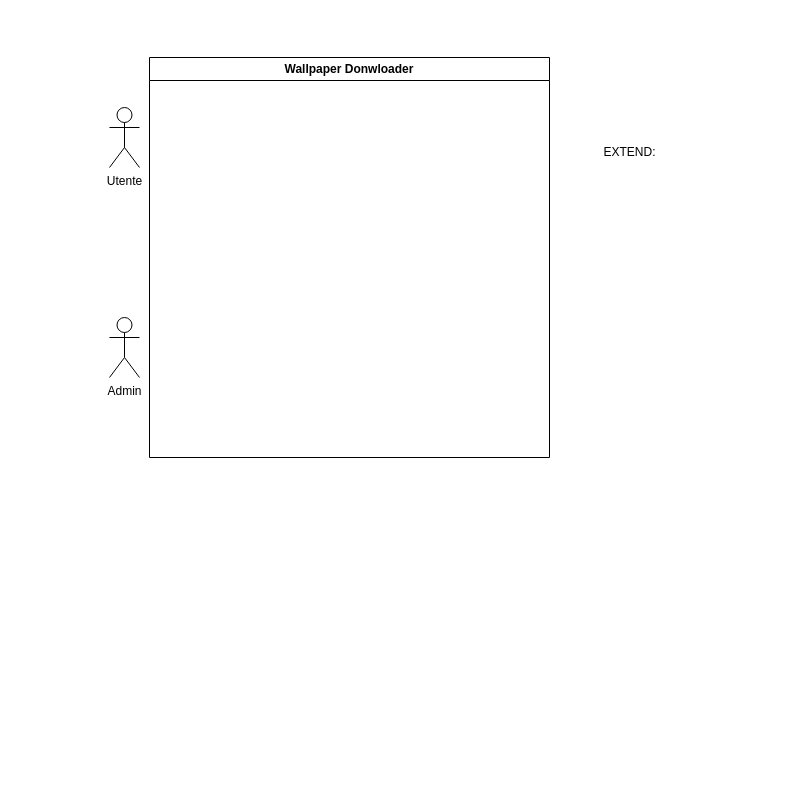
The draw.io diagram diagramma_use_case.drawio in KilianRighetti/WallpaperDownloader, before the edit. Source tidied: cells renumbered, new cells numbered last; positions are measured from the earlier drawing's top-left corner, leaving out a move shared by most shapes. Both pictures are drawn from the tidied source at 100%, with x=0, y=0 at pixel (109, 57).
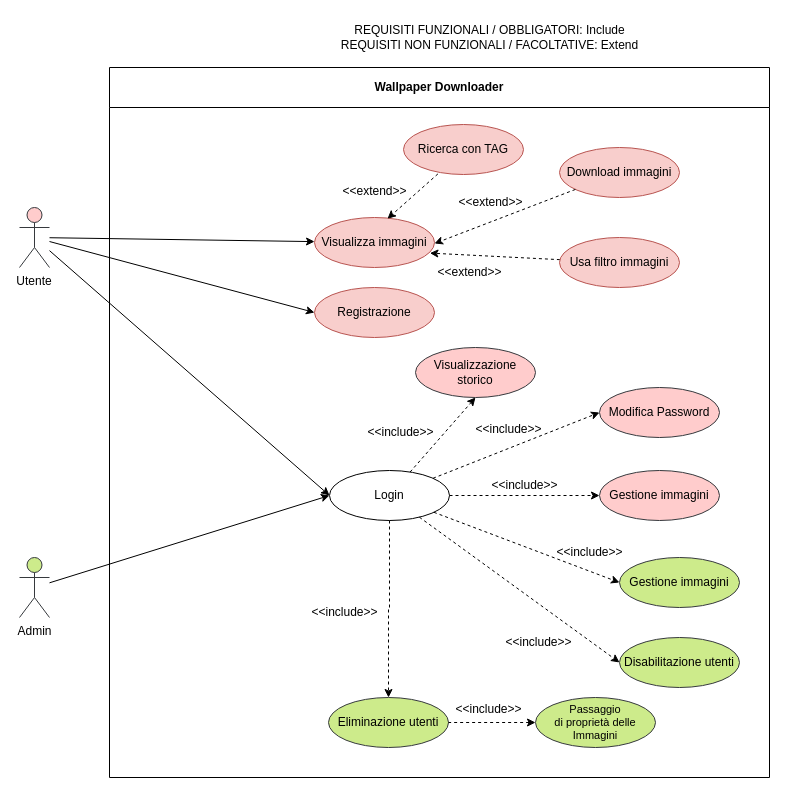
The same diagram, later.

Change to the diagram source:
```diff
@@
+    <mxCell id="6" style="rounded=0;jettySize=auto;html=1;" parent="1" edge="1" source="2" target="11">
+      <mxGeometry relative="1" as="geometry" />
+    </mxCell>
+    <mxCell id="7" style="rounded=0;jettySize=auto;html=1;entryX=0;entryY=0.5;entryDx=0;entryDy=0;" parent="1" edge="1" source="2" target="21">
+      <mxGeometry relative="1" as="geometry" />
+    </mxCell>
+    <mxCell id="8" style="rounded=0;jettySize=auto;html=1;entryX=0;entryY=0.5;entryDx=0;entryDy=0;" parent="1" edge="1" source="2" target="28">
+      <mxGeometry relative="1" as="geometry" />
+    </mxCell>
-    <mxCell id="2" value="Utente" style="shape=umlActor;verticalLabelPosition=bottom;verticalAlign=top;html=1;outlineConnect=0;" parent="1" vertex="1">
-      <mxGeometry y="50" width="30" height="60" as="geometry" />
+    <mxCell id="2" value="Utente" style="shape=umlActor;verticalLabelPosition=bottom;verticalAlign=top;outlineConnect=0;html=1;whiteSpace=wrap;fillColor=#ffcccc;strokeColor=#36393d;" parent="1" vertex="1">
+      <mxGeometry x="-90" y="150" width="30" height="60" as="geometry" />
     </mxCell>
-    <mxCell id="3" value="Wallpaper Donwloader" style="swimlane;whiteSpace=wrap;html=1;" parent="1" vertex="1">
-      <mxGeometry x="40" width="400" height="400" as="geometry" />
-    </mxCell>
+    <mxCell id="9" style="rounded=0;jettySize=auto;html=1;entryX=0;entryY=0.5;entryDx=0;entryDy=0;" parent="1" edge="1" source="4" target="28">
+      <mxGeometry relative="1" as="geometry" />
+    </mxCell>
-    <mxCell id="4" value="Admin" style="shape=umlActor;verticalLabelPosition=bottom;verticalAlign=top;html=1;outlineConnect=0;" parent="1" vertex="1">
-      <mxGeometry y="260" width="30" height="60" as="geometry" />
+    <mxCell id="4" value="Admin" style="shape=umlActor;verticalLabelPosition=bottom;verticalAlign=top;html=1;outlineConnect=0;fillColor=#cdeb8b;strokeColor=#36393d;" parent="1" vertex="1">
+      <mxGeometry x="-90" y="500" width="30" height="60" as="geometry" />
     </mxCell>
-    <mxCell id="5" value="EXTEND:" style="text;html=1;align=center;verticalAlign=middle;strokeColor=none;fillColor=none;" parent="1" vertex="1">
-      <mxGeometry x="480" y="80" width="80" height="30" as="geometry" />
-    </mxCell>
+    <mxCell id="10" value="Wallpaper Downloader" style="swimlane;whiteSpace=wrap;html=1;startSize=40;" parent="1" vertex="1">
+      <mxGeometry y="10" width="660" height="710" as="geometry" />
+    </mxCell>
+    <mxCell id="11" value="Visualizza immagini" style="ellipse;whiteSpace=wrap;html=1;fillColor=#f8cecc;strokeColor=#b85450;" parent="10" vertex="1">
+      <mxGeometry x="205" y="150" width="120" height="50" as="geometry" />
+    </mxCell>
+    <mxCell id="12" style="rounded=0;jettySize=auto;html=1;entryX=0.962;entryY=0.712;entryDx=0;entryDy=0;dashed=1;endArrow=classic;endFill=1;strokeWidth=1;entryPerimeter=0;" parent="10" edge="1" source="13">
+      <mxGeometry relative="1" as="geometry">
+        <mxPoint x="320.4" y="185.6" as="targetPoint" />
+      </mxGeometry>
+    </mxCell>
+    <mxCell id="13" value="Usa filtro immagini" style="ellipse;whiteSpace=wrap;html=1;fillColor=#f8cecc;strokeColor=#b85450;" parent="10" vertex="1">
+      <mxGeometry x="450" y="170" width="120" height="50" as="geometry" />
+    </mxCell>
+    <mxCell id="14" value="Ricerca con TAG" style="ellipse;whiteSpace=wrap;html=1;fillColor=#f8cecc;strokeColor=#b85450;" parent="10" vertex="1">
+      <mxGeometry x="294" y="57" width="120" height="50" as="geometry" />
+    </mxCell>
+    <mxCell id="15" value="Download immagini" style="ellipse;whiteSpace=wrap;html=1;fillColor=#f8cecc;strokeColor=#b85450;" parent="10" vertex="1">
+      <mxGeometry x="450" y="80" width="120" height="50" as="geometry" />
+    </mxCell>
+    <mxCell id="16" style="rounded=0;jettySize=auto;html=1;entryX=1;entryY=0.5;entryDx=0;entryDy=0;dashed=1;endArrow=classic;endFill=1;" parent="10" edge="1" source="15">
+      <mxGeometry relative="1" as="geometry">
+        <mxPoint x="325" y="176" as="targetPoint" />
+      </mxGeometry>
+    </mxCell>
+    <mxCell id="17" style="rounded=0;orthogonalLoop=1;jettySize=auto;html=1;entryX=0.608;entryY=0.024;entryDx=0;entryDy=0;dashed=1;endArrow=classic;endFill=1;exitX=0.278;exitY=0.928;exitDx=0;exitDy=0;exitPerimeter=0;entryPerimeter=0;" parent="10" edge="1">
+      <mxGeometry relative="1" as="geometry">
+        <mxPoint x="328.4" y="106.4" as="sourcePoint" />
+        <mxPoint x="278" y="151.2" as="targetPoint" />
+      </mxGeometry>
+    </mxCell>
+    <mxCell id="18" value="&amp;lt;&amp;lt;extend&amp;gt;&amp;gt;" style="text;html=1;align=center;verticalAlign=middle;strokeColor=none;fillColor=none;" parent="10" vertex="1">
+      <mxGeometry x="315" y="190" width="90" height="30" as="geometry" />
+    </mxCell>
+    <mxCell id="19" value="&amp;lt;&amp;lt;extend&amp;gt;&amp;gt;" style="text;html=1;align=center;verticalAlign=middle;strokeColor=none;fillColor=none;" parent="10" vertex="1">
+      <mxGeometry x="336" y="120" width="90" height="30" as="geometry" />
+    </mxCell>
+    <mxCell id="20" value="&amp;lt;&amp;lt;extend&amp;gt;&amp;gt;" style="text;html=1;align=center;verticalAlign=middle;strokeColor=none;fillColor=none;" parent="10" vertex="1">
+      <mxGeometry x="220" y="109" width="90" height="30" as="geometry" />
+    </mxCell>
+    <mxCell id="21" value="Registrazione" style="ellipse;whiteSpace=wrap;html=1;fillColor=#f8cecc;strokeColor=#b85450;" parent="10" vertex="1">
+      <mxGeometry x="205" y="220" width="120" height="50" as="geometry" />
+    </mxCell>
+    <mxCell id="22" style="edgeStyle=orthogonalEdgeStyle;rounded=0;jettySize=auto;html=1;entryX=0.5;entryY=0;entryDx=0;entryDy=0;dashed=1;" parent="10" edge="1" source="28" target="34">
+      <mxGeometry relative="1" as="geometry" />
+    </mxCell>
+    <mxCell id="23" style="rounded=0;jettySize=auto;html=1;entryX=0;entryY=0.5;entryDx=0;entryDy=0;dashed=1;" parent="10" edge="1" source="28" target="33">
+      <mxGeometry relative="1" as="geometry" />
+    </mxCell>
+    <mxCell id="24" style="rounded=0;jettySize=auto;html=1;entryX=0;entryY=0.5;entryDx=0;entryDy=0;dashed=1;" parent="10" edge="1" source="28" target="37">
+      <mxGeometry relative="1" as="geometry" />
+    </mxCell>
+    <mxCell id="25" style="rounded=0;jettySize=auto;html=1;entryX=0.5;entryY=1;entryDx=0;entryDy=0;dashed=1;" parent="10" edge="1" source="28" target="31">
+      <mxGeometry relative="1" as="geometry" />
+    </mxCell>
+    <mxCell id="26" style="rounded=0;jettySize=auto;html=1;entryX=0;entryY=0.5;entryDx=0;entryDy=0;dashed=1;" parent="10" edge="1" source="28" target="32">
+      <mxGeometry relative="1" as="geometry" />
+    </mxCell>
+    <mxCell id="27" style="edgeStyle=orthogonalEdgeStyle;rounded=0;jettySize=auto;html=1;entryX=0;entryY=0.5;entryDx=0;entryDy=0;dashed=1;" parent="10" edge="1" source="28" target="30">
+      <mxGeometry relative="1" as="geometry" />
+    </mxCell>
+    <mxCell id="28" value="Login" style="ellipse;whiteSpace=wrap;html=1;fillColor=none;" parent="10" vertex="1">
+      <mxGeometry x="220" y="403" width="120" height="50" as="geometry" />
+    </mxCell>
+    <mxCell id="29" value="&amp;lt;&amp;lt;include&amp;gt;&amp;gt;" style="text;html=1;align=center;verticalAlign=middle;strokeColor=none;fillColor=none;" parent="10" vertex="1">
+      <mxGeometry x="334" y="627" width="90" height="30" as="geometry" />
+    </mxCell>
+    <mxCell id="30" value="Gestione immagini" style="ellipse;whiteSpace=wrap;html=1;fillColor=#ffcccc;strokeColor=#36393d;" parent="10" vertex="1">
+      <mxGeometry x="490" y="403" width="120" height="50" as="geometry" />
+    </mxCell>
+    <mxCell id="31" value="Visualizzazione storico" style="ellipse;whiteSpace=wrap;html=1;fillColor=#ffcccc;strokeColor=#36393d;" parent="10" vertex="1">
+      <mxGeometry x="306" y="280" width="120" height="50" as="geometry" />
+    </mxCell>
+    <mxCell id="32" value="Modifica Password" style="ellipse;whiteSpace=wrap;html=1;fillColor=#ffcccc;strokeColor=#36393d;" parent="10" vertex="1">
+      <mxGeometry x="490" y="320" width="120" height="50" as="geometry" />
+    </mxCell>
+    <mxCell id="33" value="Disabilitazione utenti" style="ellipse;whiteSpace=wrap;html=1;fillColor=#cdeb8b;strokeColor=#36393d;" parent="10" vertex="1">
+      <mxGeometry x="510" y="570" width="120" height="50" as="geometry" />
+    </mxCell>
+    <mxCell id="34" value="Eliminazione utenti" style="ellipse;whiteSpace=wrap;html=1;fillColor=#cdeb8b;strokeColor=#36393d;" parent="10" vertex="1">
+      <mxGeometry x="219" y="630" width="120" height="50" as="geometry" />
+    </mxCell>
+    <mxCell id="35" style="edgeStyle=orthogonalEdgeStyle;rounded=0;jettySize=auto;html=1;entryX=1;entryY=0.5;entryDx=0;entryDy=0;dashed=1;endArrow=none;endFill=0;startArrow=classic;startFill=1;" parent="10" edge="1" source="36" target="34">
+      <mxGeometry relative="1" as="geometry" />
+    </mxCell>
+    <mxCell id="36" value="&lt;span style=&quot;font-family: Arial, sans-serif;&quot;&gt;Passaggio&lt;br&gt;di proprietà delle Immagini&lt;/span&gt;" style="ellipse;whiteSpace=wrap;html=1;fontSize=11;fillColor=#cdeb8b;strokeColor=#36393d;" parent="10" vertex="1">
+      <mxGeometry x="426" y="630" width="120" height="50" as="geometry" />
+    </mxCell>
+    <mxCell id="37" value="Gestione immagini" style="ellipse;whiteSpace=wrap;html=1;fillColor=#cdeb8b;strokeColor=#36393d;" parent="10" vertex="1">
+      <mxGeometry x="510" y="490" width="120" height="50" as="geometry" />
+    </mxCell>
+    <mxCell id="38" value="&amp;lt;&amp;lt;include&amp;gt;&amp;gt;" style="text;html=1;align=center;verticalAlign=middle;strokeColor=none;fillColor=none;" parent="10" vertex="1">
+      <mxGeometry x="190" y="530" width="90" height="30" as="geometry" />
+    </mxCell>
+    <mxCell id="39" value="&amp;lt;&amp;lt;include&amp;gt;&amp;gt;" style="text;html=1;align=center;verticalAlign=middle;strokeColor=none;fillColor=none;" parent="10" vertex="1">
+      <mxGeometry x="384" y="560" width="90" height="30" as="geometry" />
+    </mxCell>
+    <mxCell id="40" value="&amp;lt;&amp;lt;include&amp;gt;&amp;gt;" style="text;html=1;align=center;verticalAlign=middle;strokeColor=none;fillColor=none;" parent="10" vertex="1">
+      <mxGeometry x="435" y="470" width="90" height="30" as="geometry" />
+    </mxCell>
+    <mxCell id="41" value="&amp;lt;&amp;lt;include&amp;gt;&amp;gt;" style="text;html=1;align=center;verticalAlign=middle;strokeColor=none;fillColor=none;" parent="10" vertex="1">
+      <mxGeometry x="370" y="403" width="90" height="30" as="geometry" />
+    </mxCell>
+    <mxCell id="42" value="&amp;lt;&amp;lt;include&amp;gt;&amp;gt;" style="text;html=1;align=center;verticalAlign=middle;strokeColor=none;fillColor=none;" parent="10" vertex="1">
+      <mxGeometry x="354" y="347" width="90" height="30" as="geometry" />
+    </mxCell>
+    <mxCell id="43" value="&amp;lt;&amp;lt;include&amp;gt;&amp;gt;" style="text;html=1;align=center;verticalAlign=middle;strokeColor=none;fillColor=none;" parent="10" vertex="1">
+      <mxGeometry x="246" y="350" width="90" height="30" as="geometry" />
+    </mxCell>
+    <mxCell id="44" value="REQUISITI FUNZIONALI / OBBLIGATORI: Include&lt;br&gt;REQUISITI NON FUNZIONALI / FACOLTATIVE: Extend" style="text;html=1;align=center;verticalAlign=middle;strokeColor=none;fillColor=none;" parent="1" vertex="1">
+      <mxGeometry x="220" y="-40" width="320" height="40" as="geometry" />
+    </mxCell>
```
